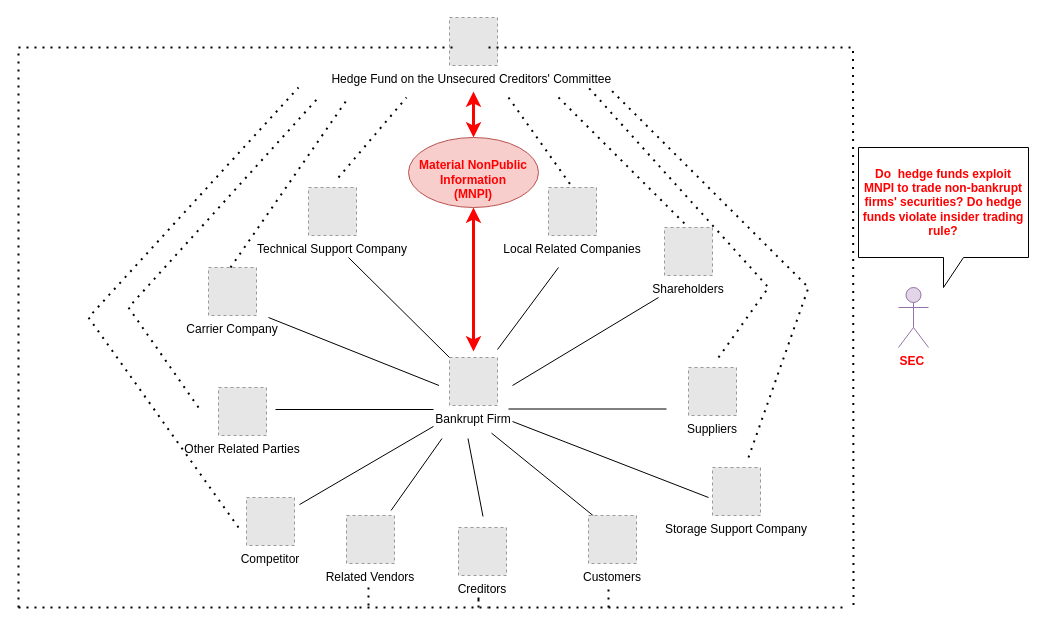
Earlier version of the draw.io diagram Untitled Diagram.drawio (imyanyang/docs). Source tidied: cells renumbered, new cells numbered last; positions are measured from the earlier drawing's top-left corner, leaving out a move shared by most shapes. Both pictures are drawn from the tidied source at 100%, with x=0, y=0 at pixel (18, 17). Pictures stored in the file or linked from it are replaced by grey dashed boxes.
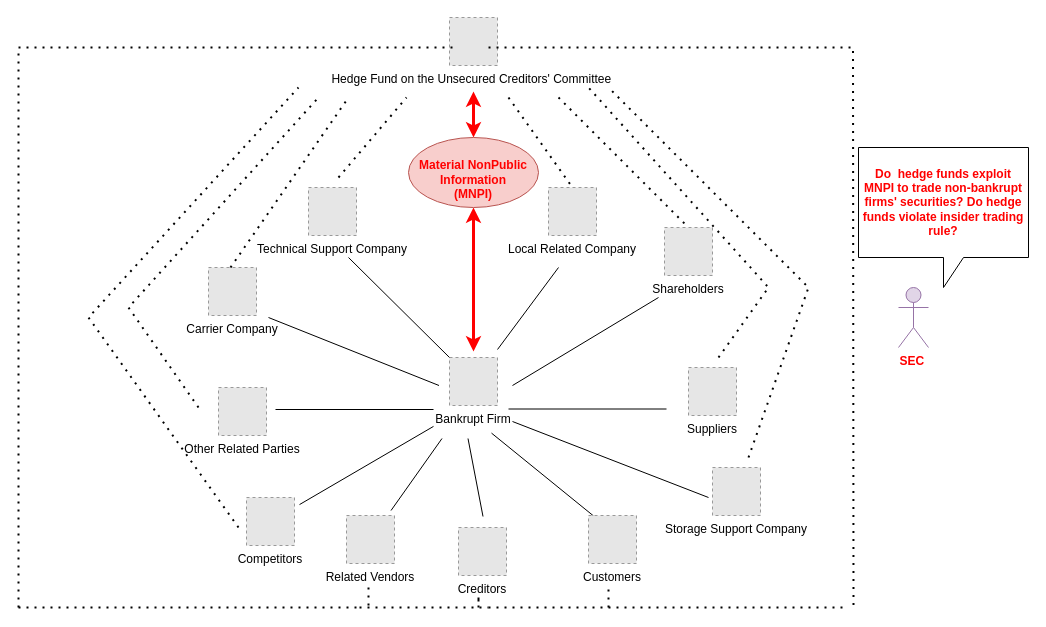
The same diagram, later.

Diff of the diagram source:
```diff
@@
-    <mxCell id="7" value="Competitor" style="fillColor=#E6E6E6;strokeColor=#999999;dashed=1;verticalLabelPosition=bottom;verticalAlign=top;labelBackgroundColor=#ffffff;" parent="1" vertex="1">
+    <mxCell id="7" value="Competitors" style="fillColor=#E6E6E6;strokeColor=#999999;dashed=1;verticalLabelPosition=bottom;verticalAlign=top;labelBackgroundColor=#ffffff;" parent="1" vertex="1">
       <mxGeometry x="228" y="480" width="48" height="48" as="geometry" />
     </mxCell>
@@
-    <mxCell id="23" value="Local Related Companies" style="fillColor=#E6E6E6;strokeColor=#999999;dashed=1;verticalLabelPosition=bottom;verticalAlign=top;" parent="1" vertex="1">
+    <mxCell id="23" value="Local Related Company" style="fillColor=#E6E6E6;strokeColor=#999999;dashed=1;verticalLabelPosition=bottom;verticalAlign=top;" parent="1" vertex="1">
       <mxGeometry x="530" y="170" width="48" height="48" as="geometry" />
     </mxCell>
```
